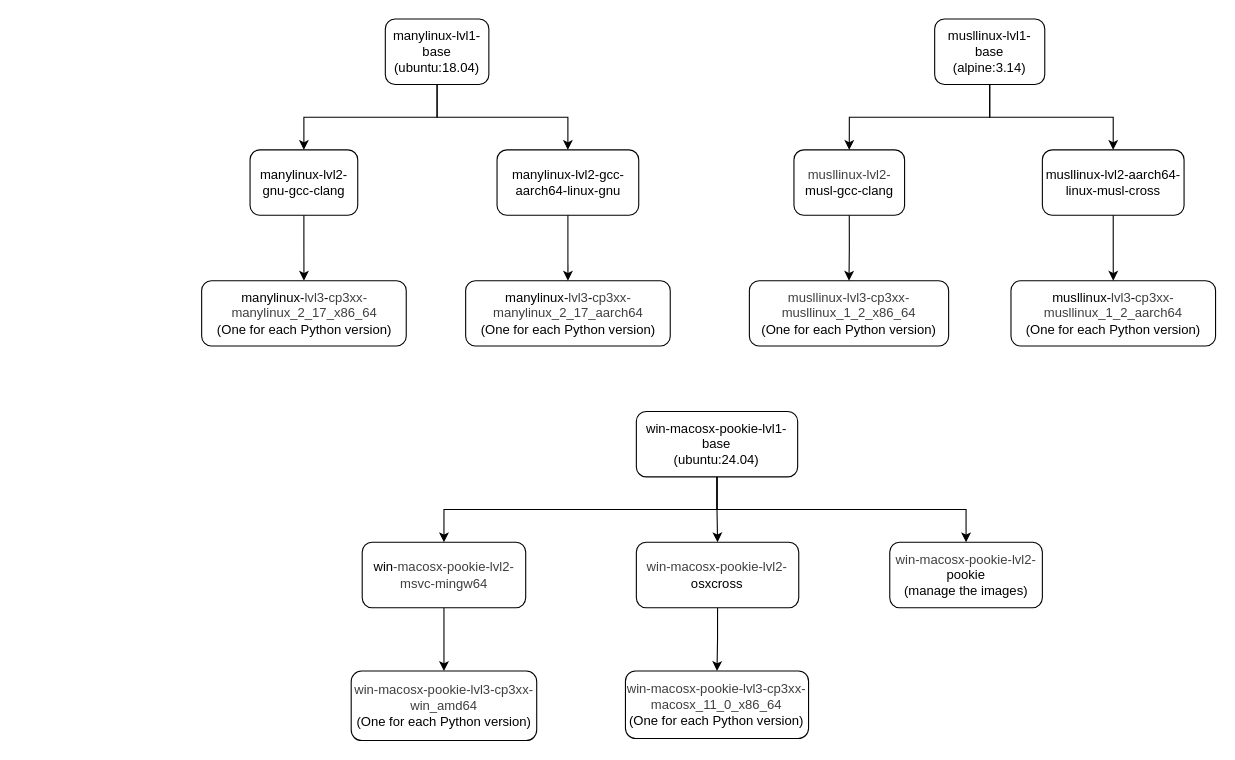
Earlier version of the draw.io diagram page "manylinux" (1 of 3) of images/Docker_layer_graph.drawio (andreslilloortiz/pookie). Source tidied: cells renumbered, new cells numbered last; positions are measured from the earlier drawing's top-left corner, leaving out a move shared by most shapes. Both pictures are drawn from the tidied source at 109%, with x=0, y=0 at pixel (201, 19).
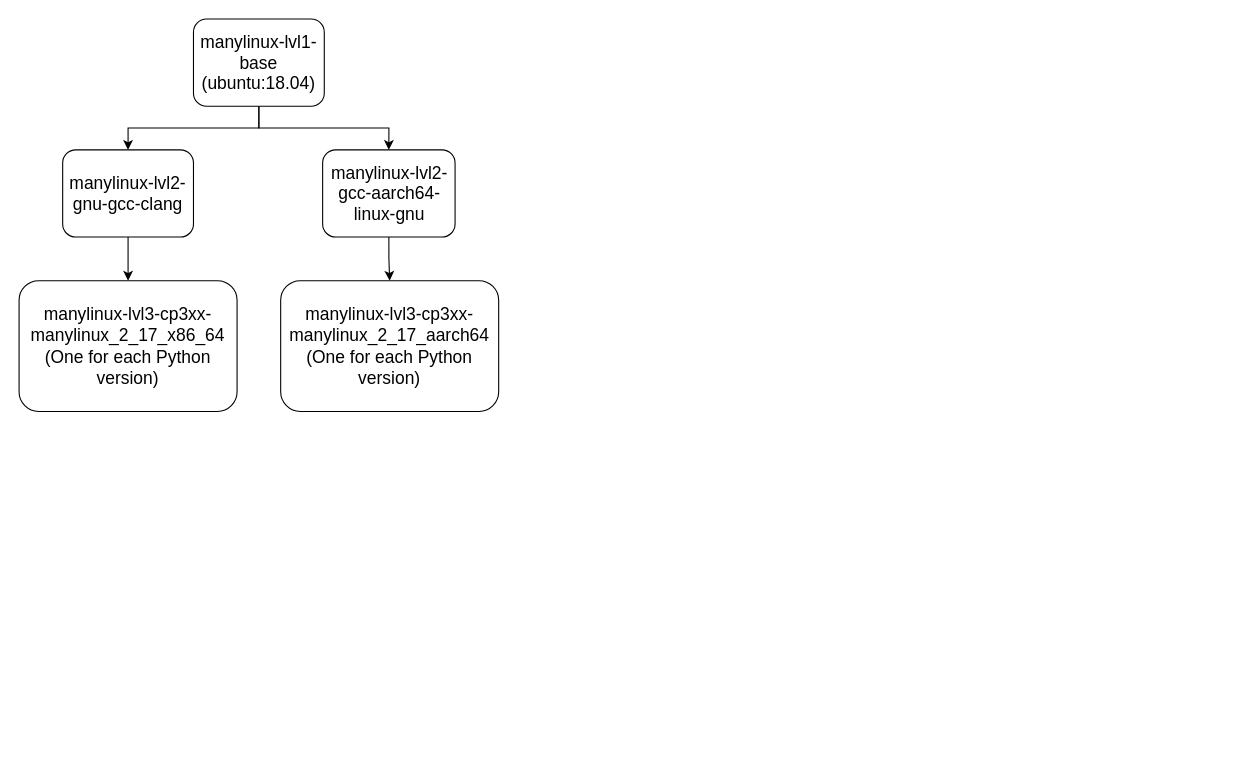
After the change.

Commit message (it also covers changes not shown here):
New docker layer gtaph pngs

Change to the diagram source:
```diff
@@
-    <mxCell id="2" style="edgeStyle=orthogonalEdgeStyle;rounded=0;jettySize=auto;html=1;exitX=0.5;exitY=1;exitDx=0;exitDy=0;entryX=0.5;entryY=0;entryDx=0;entryDy=0;" parent="1" edge="1" source="3" target="5">
+    <mxCell id="2" style="edgeStyle=orthogonalEdgeStyle;rounded=0;jettySize=auto;html=1;exitX=0.5;exitY=1;exitDx=0;exitDy=0;entryX=0.5;entryY=0;entryDx=0;entryDy=0;fontSize=16;fontColor=default;" parent="1" edge="1" source="3" target="5">
       <mxGeometry relative="1" as="geometry" />
     </mxCell>
-    <mxCell id="3" value="&lt;font&gt;manylinux-lvl1-base&lt;/font&gt;&lt;div&gt;&lt;font&gt;(ubuntu:18.04)&lt;/font&gt;&lt;/div&gt;" style="rounded=1;whiteSpace=wrap;html=1;strokeColor=default;" parent="1" vertex="1">
-      <mxGeometry x="169" width="95" height="60" as="geometry" />
+    <mxCell id="3" value="&lt;font&gt;manylinux-lvl1-base&lt;/font&gt;&lt;div&gt;&lt;font&gt;(ubuntu:18.04)&lt;/font&gt;&lt;/div&gt;" style="rounded=1;whiteSpace=wrap;html=1;strokeColor=default;fontSize=16;fontColor=default;" parent="1" vertex="1">
+      <mxGeometry x="-7" width="120" height="80" as="geometry" />
     </mxCell>
-    <mxCell id="4" style="edgeStyle=orthogonalEdgeStyle;rounded=0;jettySize=auto;html=1;exitX=0.5;exitY=1;exitDx=0;exitDy=0;entryX=0.5;entryY=0;entryDx=0;entryDy=0;" parent="1" edge="1" source="5" target="6">
+    <mxCell id="4" style="edgeStyle=orthogonalEdgeStyle;rounded=0;jettySize=auto;html=1;exitX=0.5;exitY=1;exitDx=0;exitDy=0;entryX=0.5;entryY=0;entryDx=0;entryDy=0;fontSize=16;fontColor=default;" parent="1" edge="1" source="5" target="6">
       <mxGeometry relative="1" as="geometry" />
     </mxCell>
-    <mxCell id="5" value="&lt;font&gt;manylinux-lvl2-gnu-gcc-clang&lt;/font&gt;" style="rounded=1;whiteSpace=wrap;html=1;strokeColor=default;" parent="1" vertex="1">
-      <mxGeometry x="44.9" y="120" width="98.8" height="60" as="geometry" />
+    <mxCell id="5" value="&lt;font&gt;manylinux-lvl2-gnu-gcc-clang&lt;/font&gt;" style="rounded=1;whiteSpace=wrap;html=1;strokeColor=default;fontSize=16;fontColor=default;" parent="1" vertex="1">
+      <mxGeometry x="-127" y="120" width="120" height="80" as="geometry" />
     </mxCell>
-    <mxCell id="6" value="&lt;font&gt;manylinux-&lt;span style=&quot;color: rgb(63, 63, 63);&quot;&gt;lvl3&lt;/span&gt;-&lt;span style=&quot;color: rgb(63, 63, 63);&quot;&gt;cp3xx-manylinux_2_17_x86_64&lt;/span&gt;&lt;br&gt;(One for each Python version)&lt;/font&gt;" style="rounded=1;whiteSpace=wrap;html=1;strokeColor=default;" parent="1" vertex="1">
-      <mxGeometry x="0.5" y="240" width="187.7" height="60" as="geometry" />
+    <mxCell id="6" value="&lt;font&gt;manylinux-&lt;span style=&quot;&quot;&gt;lvl3&lt;/span&gt;-&lt;span style=&quot;&quot;&gt;cp3xx-manylinux_2_17_x86_64&lt;/span&gt;&lt;br&gt;(One for each Python version)&lt;/font&gt;" style="rounded=1;whiteSpace=wrap;html=1;strokeColor=default;fontSize=16;fontColor=default;" parent="1" vertex="1">
+      <mxGeometry x="-167" y="240" width="200" height="120" as="geometry" />
     </mxCell>
-    <mxCell id="7" style="edgeStyle=orthogonalEdgeStyle;rounded=0;jettySize=auto;html=1;exitX=0.5;exitY=1;exitDx=0;exitDy=0;entryX=0.5;entryY=0;entryDx=0;entryDy=0;" parent="1" edge="1" source="8" target="10">
-      <mxGeometry relative="1" as="geometry" />
-    </mxCell>
-    <mxCell id="8" value="&lt;font&gt;musllinux-lvl1-base&lt;br&gt;(alpine:3.14)&lt;/font&gt;" style="rounded=1;whiteSpace=wrap;html=1;" parent="1" vertex="1">
-      <mxGeometry x="673" width="101" height="60" as="geometry" />
-    </mxCell>
-    <mxCell id="9" style="edgeStyle=orthogonalEdgeStyle;rounded=0;jettySize=auto;html=1;exitX=0.5;exitY=1;exitDx=0;exitDy=0;" parent="1" edge="1" source="10" target="11">
-      <mxGeometry relative="1" as="geometry" />
-    </mxCell>
-    <mxCell id="10" value="&lt;font&gt;&lt;span style=&quot;color: rgb(63, 63, 63);&quot;&gt;musllinux-lvl2-&lt;/span&gt;musl-gcc-clang&lt;/font&gt;" style="rounded=1;whiteSpace=wrap;html=1;" parent="1" vertex="1">
-      <mxGeometry x="543.9" y="120" width="101.5" height="60" as="geometry" />
-    </mxCell>
-    <mxCell id="11" value="&lt;div&gt;&lt;font&gt;&lt;span style=&quot;color: rgb(63, 63, 63); background-color: transparent;&quot;&gt;musllinux&lt;/span&gt;&lt;span style=&quot;color: rgb(63, 63, 63);&quot;&gt;-&lt;/span&gt;&lt;span style=&quot;color: rgb(63, 63, 63);&quot;&gt;lvl3&lt;/span&gt;&lt;span style=&quot;color: rgb(63, 63, 63);&quot;&gt;-&lt;/span&gt;&lt;span style=&quot;color: rgb(63, 63, 63);&quot;&gt;cp3xx-musllinux_1_2_x86_64&lt;/span&gt;&lt;br&gt;(One for each Python version)&lt;/font&gt;&lt;/div&gt;" style="rounded=1;whiteSpace=wrap;html=1;" parent="1" vertex="1">
-      <mxGeometry x="503" y="240" width="182.8" height="60" as="geometry" />
-    </mxCell>
-    <mxCell id="12" style="edgeStyle=orthogonalEdgeStyle;rounded=0;jettySize=auto;html=1;exitX=0.5;exitY=1;exitDx=0;exitDy=0;entryX=0.5;entryY=0;entryDx=0;entryDy=0;" parent="1" edge="1" source="15" target="16">
-      <mxGeometry relative="1" as="geometry" />
-    </mxCell>
-    <mxCell id="13" style="edgeStyle=orthogonalEdgeStyle;rounded=0;jettySize=auto;html=1;exitX=0.5;exitY=1;exitDx=0;exitDy=0;" parent="1" edge="1" source="15" target="18">
-      <mxGeometry relative="1" as="geometry" />
-    </mxCell>
-    <mxCell id="14" style="edgeStyle=orthogonalEdgeStyle;rounded=0;jettySize=auto;html=1;exitX=0.5;exitY=1;exitDx=0;exitDy=0;" parent="1" edge="1" source="15" target="21">
-      <mxGeometry relative="1" as="geometry" />
-    </mxCell>
-    <mxCell id="15" value="&lt;div&gt;&lt;font&gt;win-macosx-pookie-lvl1-base&lt;/font&gt;&lt;/div&gt;&lt;font&gt;(ubuntu:24.04)&lt;/font&gt;" style="rounded=1;whiteSpace=wrap;html=1;" parent="1" vertex="1">
-      <mxGeometry x="399.3" y="360" width="148" height="60" as="geometry" />
-    </mxCell>
-    <mxCell id="16" value="&lt;font&gt;&lt;span style=&quot;color: rgb(63, 63, 63);&quot;&gt;win-macosx-pookie-lvl2-&lt;/span&gt;pookie&lt;/font&gt;&lt;div&gt;&lt;font&gt;(manage the images)&lt;/font&gt;&lt;/div&gt;" style="rounded=1;whiteSpace=wrap;html=1;strokeColor=default;" parent="1" vertex="1">
-      <mxGeometry x="631.8" y="480" width="140" height="60" as="geometry" />
-    </mxCell>
-    <mxCell id="17" style="edgeStyle=orthogonalEdgeStyle;rounded=0;jettySize=auto;html=1;exitX=0.5;exitY=1;exitDx=0;exitDy=0;entryX=0.5;entryY=0;entryDx=0;entryDy=0;" parent="1" edge="1" source="18" target="19">
-      <mxGeometry relative="1" as="geometry" />
-    </mxCell>
-    <mxCell id="18" value="win&lt;span style=&quot;color: rgb(63, 63, 63);&quot;&gt;-macosx-pookie-lvl2-msvc-mingw64&lt;/span&gt;" style="rounded=1;whiteSpace=wrap;html=1;" parent="1" vertex="1">
-      <mxGeometry x="147.8" y="480" width="150" height="60" as="geometry" />
-    </mxCell>
-    <mxCell id="19" value="&lt;div&gt;&lt;font&gt;&lt;span style=&quot;background-color: transparent; color: rgb(63, 63, 63);&quot;&gt;win-macosx-pookie&lt;/span&gt;&lt;span style=&quot;color: rgb(63, 63, 63);&quot;&gt;-&lt;/span&gt;&lt;span style=&quot;color: rgb(63, 63, 63);&quot;&gt;lvl3&lt;/span&gt;&lt;span style=&quot;color: rgb(63, 63, 63);&quot;&gt;-&lt;/span&gt;&lt;span style=&quot;color: rgb(63, 63, 63);&quot;&gt;cp3xx-win_amd64&lt;/span&gt;&lt;br&gt;(One for each Python version)&lt;/font&gt;&lt;/div&gt;" style="rounded=1;whiteSpace=wrap;html=1;" parent="1" vertex="1">
-      <mxGeometry x="137.7" y="598.1" width="170.2" height="63.8" as="geometry" />
-    </mxCell>
-    <mxCell id="20" style="edgeStyle=orthogonalEdgeStyle;rounded=0;jettySize=auto;html=1;exitX=0.5;exitY=1;exitDx=0;exitDy=0;entryX=0.5;entryY=0;entryDx=0;entryDy=0;" parent="1" edge="1" source="21" target="22">
-      <mxGeometry relative="1" as="geometry" />
-    </mxCell>
-    <mxCell id="21" value="&lt;font&gt;&lt;span style=&quot;color: rgb(63, 63, 63);&quot;&gt;win-macosx-pookie-lvl2-&lt;/span&gt;osxcross&lt;/font&gt;" style="rounded=1;whiteSpace=wrap;html=1;" parent="1" vertex="1">
-      <mxGeometry x="399.3" y="480" width="149" height="60" as="geometry" />
-    </mxCell>
-    <mxCell id="22" value="&lt;font&gt;&lt;span style=&quot;color: rgb(63, 63, 63);&quot;&gt;&lt;span style=&quot;color: rgb(63, 63, 63);&quot;&gt;win-macosx-pookie&lt;/span&gt;-&lt;/span&gt;&lt;span style=&quot;color: rgb(63, 63, 63);&quot;&gt;lvl3&lt;/span&gt;&lt;span style=&quot;color: rgb(63, 63, 63);&quot;&gt;-&lt;/span&gt;&lt;span style=&quot;color: rgb(63, 63, 63);&quot;&gt;cp3xx-macosx_11_0_x86_64&lt;/span&gt;&lt;br&gt;(One for each Python version)&lt;/font&gt;" style="rounded=1;whiteSpace=wrap;html=1;" parent="1" vertex="1">
-      <mxGeometry x="389.3" y="598.1" width="168" height="61.9" as="geometry" />
-    </mxCell>
-    <mxCell id="23" value="&lt;font&gt;manylinux-lvl2-gcc-aarch64-linux-gnu&lt;/font&gt;" style="rounded=1;whiteSpace=wrap;html=1;strokeColor=default;" parent="1" vertex="1">
-      <mxGeometry x="271.5" y="120" width="130" height="60" as="geometry" />
+    <mxCell id="23" value="&lt;font&gt;manylinux-lvl2-gcc-aarch64-linux-gnu&lt;/font&gt;" style="rounded=1;whiteSpace=wrap;html=1;strokeColor=default;fontSize=16;fontColor=default;" parent="1" vertex="1">
+      <mxGeometry x="111.5" y="120" width="121.5" height="80" as="geometry" />
     </mxCell>
-    <mxCell id="24" style="edgeStyle=orthogonalEdgeStyle;rounded=0;jettySize=auto;html=1;exitX=0.5;exitY=1;exitDx=0;exitDy=0;entryX=0.5;entryY=0;entryDx=0;entryDy=0;" parent="1" edge="1" source="3" target="23">
+    <mxCell id="24" style="edgeStyle=orthogonalEdgeStyle;rounded=0;jettySize=auto;html=1;exitX=0.5;exitY=1;exitDx=0;exitDy=0;entryX=0.5;entryY=0;entryDx=0;entryDy=0;fontSize=16;fontColor=default;" parent="1" edge="1" source="3" target="23">
       <mxGeometry relative="1" as="geometry" />
     </mxCell>
-    <mxCell id="25" value="&lt;font&gt;manylinux-&lt;span style=&quot;color: rgb(63, 63, 63);&quot;&gt;lvl3&lt;/span&gt;-&lt;span style=&quot;color: rgb(63, 63, 63);&quot;&gt;cp3xx-manylinux_2_17_aarch64&lt;/span&gt;&lt;/font&gt;&lt;div&gt;&lt;font&gt;(One for each Python version)&lt;/font&gt;&lt;/div&gt;" style="rounded=1;whiteSpace=wrap;html=1;strokeColor=default;" parent="1" vertex="1">
-      <mxGeometry x="242.7" y="240" width="187.7" height="60" as="geometry" />
+    <mxCell id="25" value="&lt;font&gt;manylinux-&lt;span style=&quot;&quot;&gt;lvl3&lt;/span&gt;-&lt;span style=&quot;&quot;&gt;cp3xx-manylinux_2_17_aarch64&lt;/span&gt;&lt;/font&gt;&lt;div&gt;&lt;font&gt;(One for each Python version)&lt;/font&gt;&lt;/div&gt;" style="rounded=1;whiteSpace=wrap;html=1;strokeColor=default;fontSize=16;fontColor=default;" parent="1" vertex="1">
+      <mxGeometry x="73" y="240" width="200" height="120" as="geometry" />
     </mxCell>
-    <mxCell id="26" style="edgeStyle=orthogonalEdgeStyle;rounded=0;jettySize=auto;html=1;exitX=0.5;exitY=1;exitDx=0;exitDy=0;entryX=0.5;entryY=0;entryDx=0;entryDy=0;" parent="1" edge="1" source="23" target="25">
+    <mxCell id="26" style="edgeStyle=orthogonalEdgeStyle;rounded=0;jettySize=auto;html=1;exitX=0.5;exitY=1;exitDx=0;exitDy=0;entryX=0.5;entryY=0;entryDx=0;entryDy=0;fontSize=16;fontColor=default;" parent="1" edge="1" source="23" target="25">
       <mxGeometry relative="1" as="geometry" />
     </mxCell>
-    <mxCell id="27" value="&lt;font&gt;musllinux-lvl2-aarch64-linux-musl-cross&lt;/font&gt;" style="rounded=1;whiteSpace=wrap;html=1;strokeColor=default;" parent="1" vertex="1">
-      <mxGeometry x="771.8" y="120" width="130" height="60" as="geometry" />
-    </mxCell>
-    <mxCell id="28" style="edgeStyle=orthogonalEdgeStyle;rounded=0;jettySize=auto;html=1;exitX=0.5;exitY=1;exitDx=0;exitDy=0;entryX=0.5;entryY=0;entryDx=0;entryDy=0;" parent="1" edge="1" source="8" target="27">
-      <mxGeometry relative="1" as="geometry" />
-    </mxCell>
-    <mxCell id="29" value="&lt;font&gt;musllinux-&lt;span style=&quot;color: rgb(63, 63, 63);&quot;&gt;lvl3&lt;/span&gt;-&lt;span style=&quot;color: rgb(63, 63, 63);&quot;&gt;cp3xx-musllinux_1_2_aarch64&lt;/span&gt;&lt;/font&gt;&lt;div&gt;&lt;font&gt;(One for each Python version)&lt;/font&gt;&lt;/div&gt;" style="rounded=1;whiteSpace=wrap;html=1;strokeColor=default;" parent="1" vertex="1">
-      <mxGeometry x="743" y="240" width="187.7" height="60" as="geometry" />
-    </mxCell>
-    <mxCell id="30" style="edgeStyle=orthogonalEdgeStyle;rounded=0;jettySize=auto;html=1;exitX=0.5;exitY=1;exitDx=0;exitDy=0;entryX=0.5;entryY=0;entryDx=0;entryDy=0;" parent="1" edge="1" source="27" target="29">
-      <mxGeometry relative="1" as="geometry" />
-    </mxCell>
```
